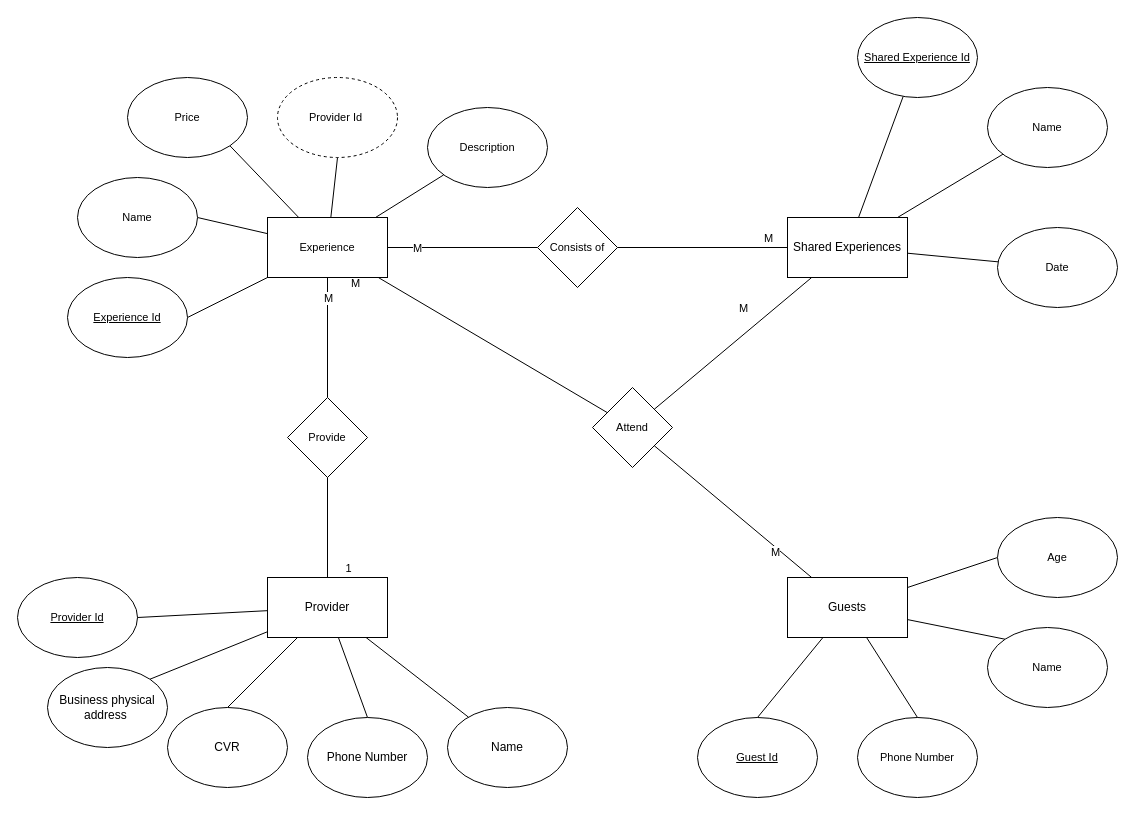
4-semester-MCJ/BAD keeps this draw.io diagram as SharedExperiences.drawio. Above is the earlier version. Source tidied: cells renumbered, new cells numbered last; positions are measured from the earlier drawing's top-left corner, leaving out a move shared by most shapes. Both pictures are drawn from the tidied source at 100%, with x=0, y=0 at pixel (17, 17).
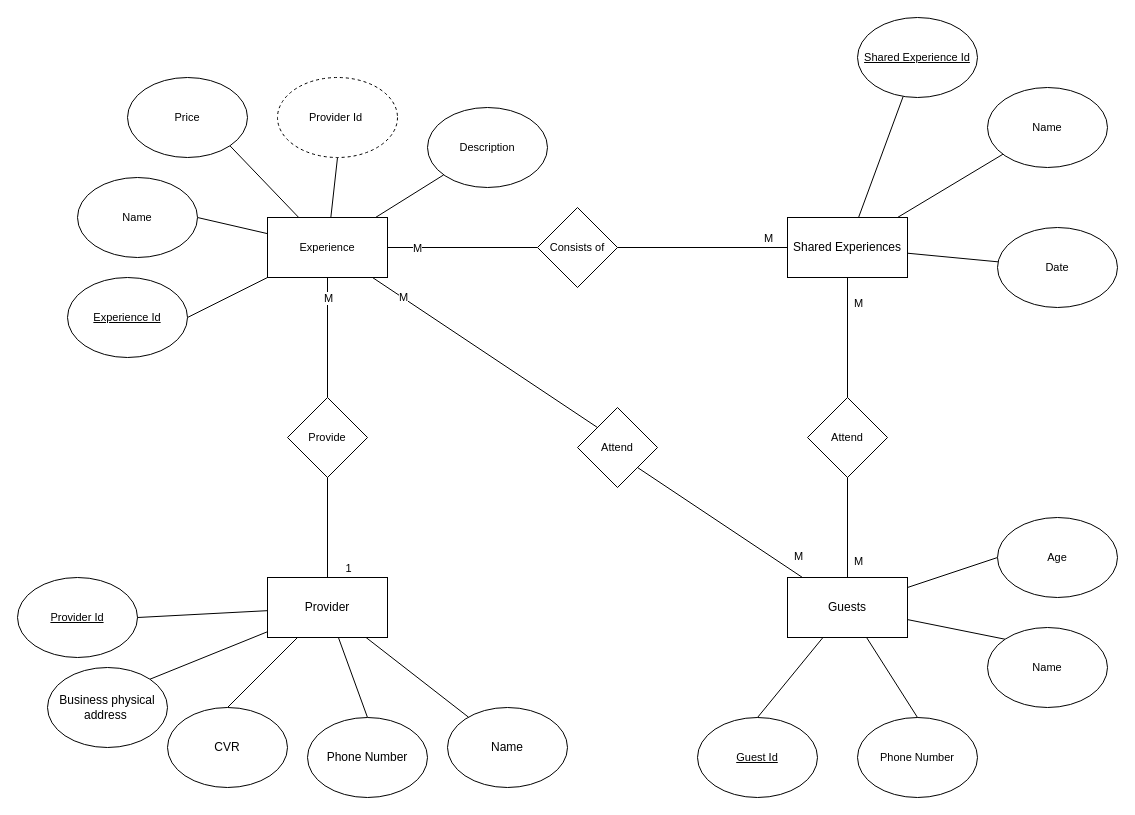
The same page after the edit.

The change refers to these unchanged cells:
```xml
<mxCell id="22" style="group;" parent="1" vertex="1">
  <mxGeometry x="680" y="500" width="420" height="280" as="geometry" />
</mxCell>
<mxCell id="29" value="Guests" style="rounded=0;whiteSpace=wrap;html=1;" parent="22" vertex="1">
  <mxGeometry x="90" y="60" width="120" height="60" as="geometry" />
</mxCell>
<mxCell id="51" value="Experience" style="rounded=0;whiteSpace=wrap;html=1;fontFamily=Helvetica;fontSize=11;fontColor=default;labelBackgroundColor=default;" parent="1" vertex="1">
  <mxGeometry x="250" y="200" width="120" height="60" as="geometry" />
</mxCell>
```

Change to the diagram source:
```diff
@@
-    <mxCell id="32" style="edgeStyle=none;html=1;endArrow=none;endFill=0;" parent="1" edge="1" source="34" target="51">
-      <mxGeometry relative="1" as="geometry" />
-    </mxCell>
-    <mxCell id="33" value="M" style="edgeLabel;html=1;align=center;verticalAlign=middle;points=[];" parent="32" vertex="1">
-      <mxGeometry x="0.47" y="1" relative="1" as="geometry">
-        <mxPoint x="-84" y="-31" as="offset" />
-      </mxGeometry>
-    </mxCell>
+    <mxCell id="59" value="M" style="edgeLabel;html=1;align=center;verticalAlign=middle;fontFamily=Helvetica;fontSize=11;fontColor=default;labelBackgroundColor=default;" parent="22" vertex="1">
+      <mxGeometry x="-330" y="40" as="geometry">
+        <mxPoint x="430" y="-2" as="offset" />
+      </mxGeometry>
+    </mxCell>
     <mxCell id="34" value="Attend" style="rhombus;whiteSpace=wrap;html=1;fontFamily=Helvetica;fontSize=11;fontColor=default;labelBackgroundColor=default;" parent="1" vertex="1">
-      <mxGeometry x="575" y="370" width="80" height="80" as="geometry" />
+      <mxGeometry x="790" y="380" width="80" height="80" as="geometry" />
     </mxCell>
@@
+    <mxCell id="60" style="edgeStyle=none;html=1;exitX=1;exitY=1;exitDx=0;exitDy=0;endArrow=none;endFill=0;" parent="1" edge="1" source="33" target="29">
+      <mxGeometry relative="1" as="geometry" />
+    </mxCell>
+    <mxCell id="61" style="edgeStyle=none;html=1;exitX=0;exitY=0;exitDx=0;exitDy=0;endArrow=none;endFill=0;" parent="1" edge="1" source="33" target="51">
+      <mxGeometry relative="1" as="geometry" />
+    </mxCell>
+    <mxCell id="62" value="M" style="edgeLabel;html=1;align=center;verticalAlign=middle;" parent="61" vertex="1">
+      <mxGeometry x="0.73" y="-1" relative="1" as="geometry" />
+    </mxCell>
+    <mxCell id="33" value="Attend" style="rhombus;whiteSpace=wrap;html=1;fontFamily=Helvetica;fontSize=11;fontColor=default;labelBackgroundColor=default;" parent="1" vertex="1">
+      <mxGeometry x="560" y="390" width="80" height="80" as="geometry" />
+    </mxCell>
```
